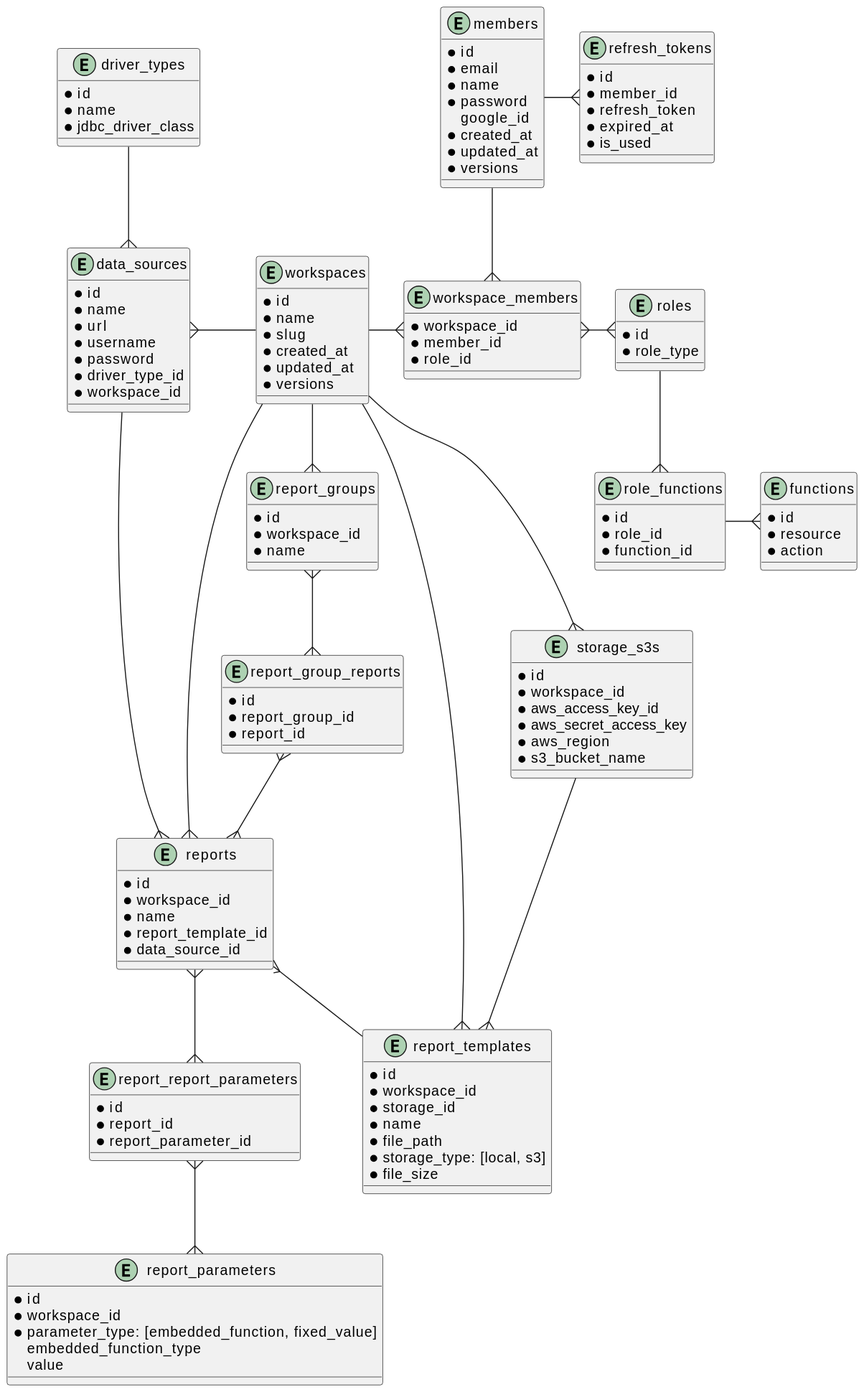
Earlier version of the PlantUML export docs/db/diagram.svg (ijufumi/openreports-api).
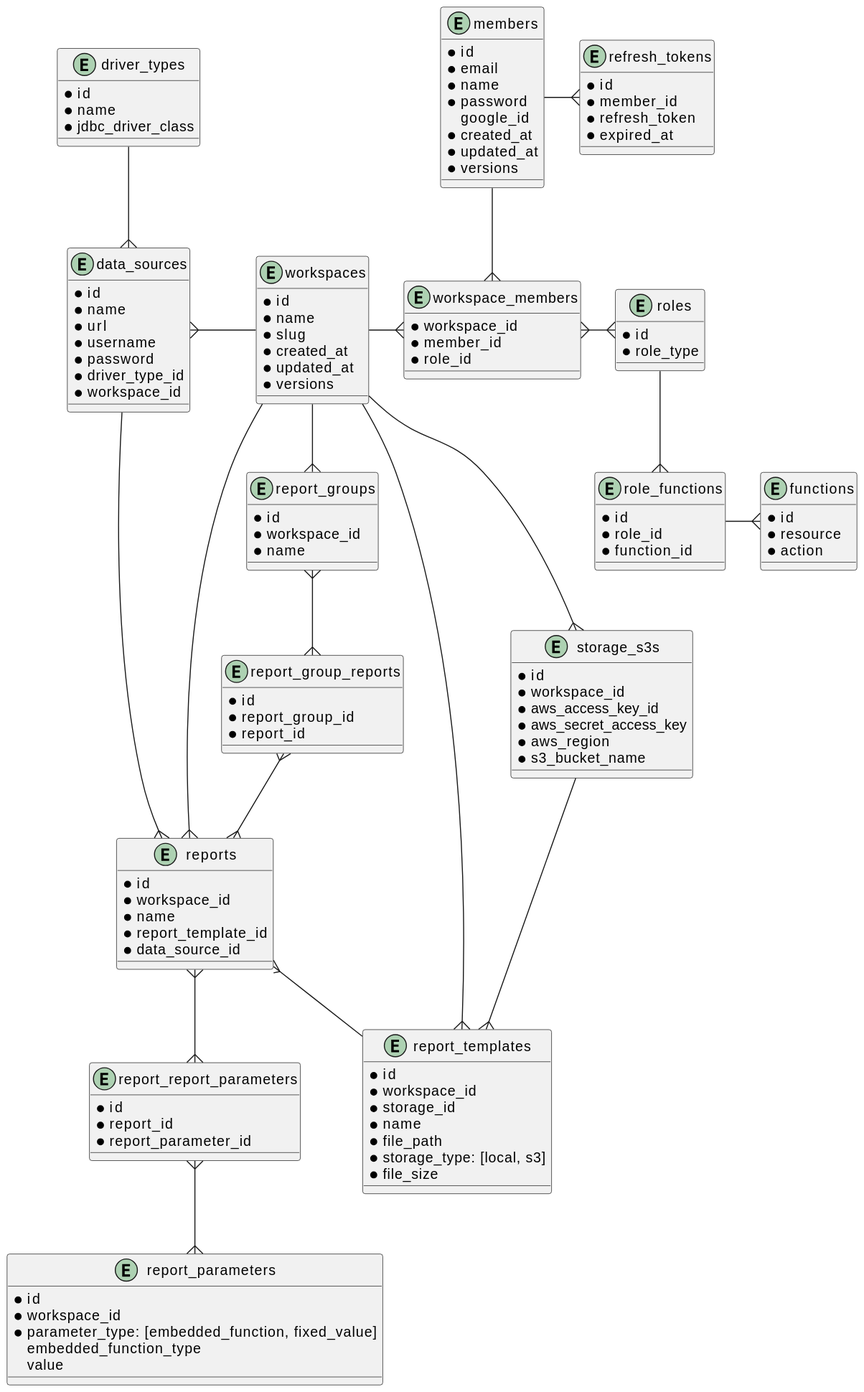
After the commit.

Diff of the diagram source:
```diff
@@ -116,7 +116,6 @@
   * member_id
   * refresh_token
   * expired_at
-  * is_used
 }
 
 workspaces --r{ workspace_members
```
